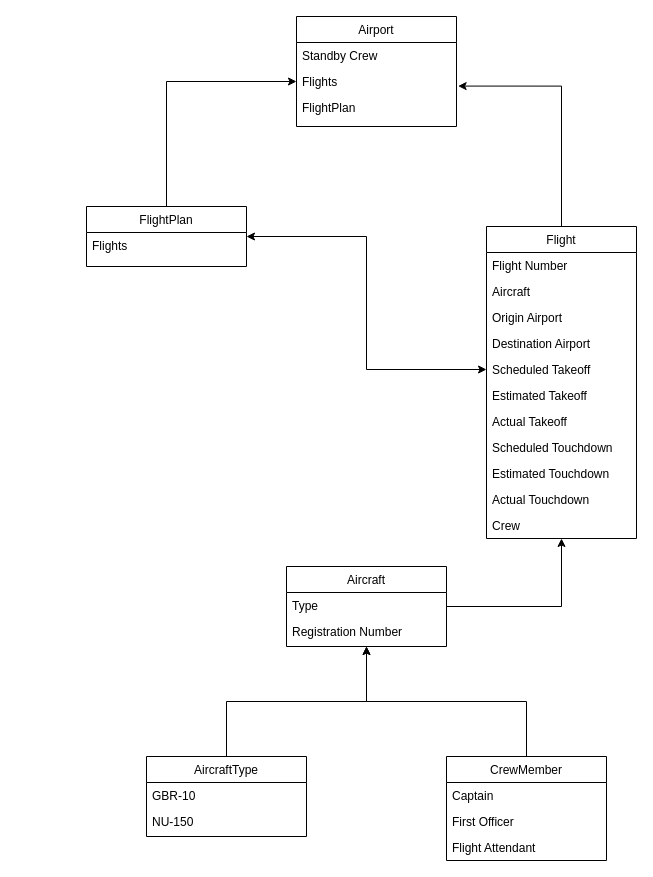
Before: ProjectDocs/UML_DatabaseDesign.drawio in fisherdog1/GbrSchedulero, a draw.io diagram. Source tidied: cells renumbered, new cells numbered last; positions are measured from the earlier drawing's top-left corner, leaving out a move shared by most shapes. Both pictures are drawn from the tidied source at 100%, with x=0, y=0 at pixel (86, 16).
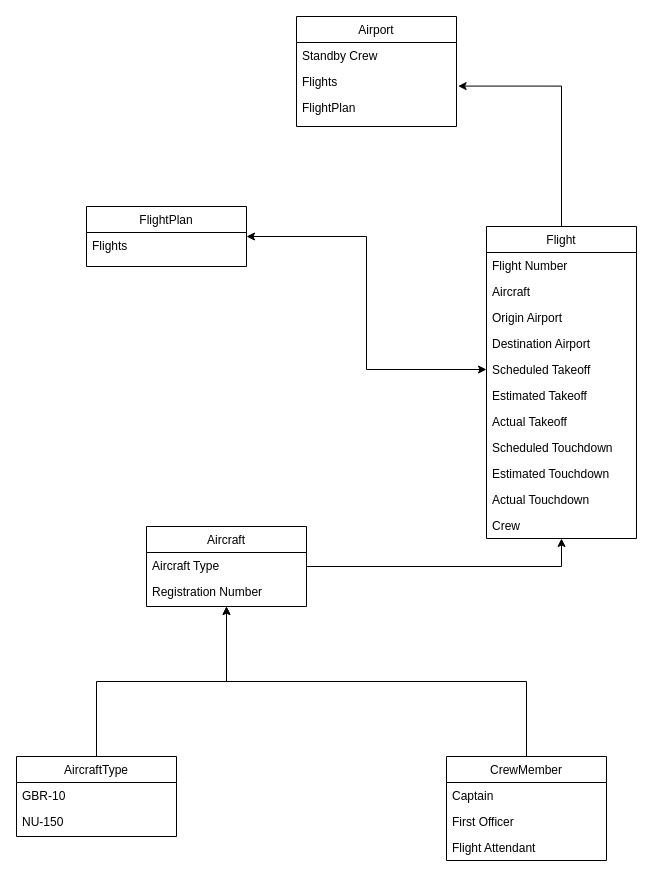
Above is the later version.

Commit message (it also covers changes not shown here):
Notes for meeting on 11/16/2021

Unchanged cells that the change refers to:
```xml
<mxCell id="8" value="Flights" style="text;align=left;verticalAlign=top;spacingLeft=4;spacingRight=4;overflow=hidden;points=[[0,0.5],[1,0.5]];portConstraint=eastwest;" parent="6" vertex="1">
  <mxGeometry y="52" width="160" height="26" as="geometry" />
</mxCell>
<mxCell id="20" value="FlightPlan" style="swimlane;fontStyle=0;align=center;verticalAlign=top;horizontal=1;startSize=26;rounded=0;shadow=0;strokeWidth=1;" parent="1" vertex="1">
  <mxGeometry y="190" width="160" height="60" as="geometry" />
</mxCell>
```

What changed in the source:
```diff
@@
     <mxCell id="3" value="Aircraft" style="swimlane;fontStyle=0;align=center;verticalAlign=top;horizontal=1;startSize=26;rounded=0;shadow=0;strokeWidth=1;" parent="1" vertex="1">
-      <mxGeometry x="200" y="550" width="160" height="80" as="geometry" />
+      <mxGeometry x="60" y="510" width="160" height="80" as="geometry" />
     </mxCell>
-    <mxCell id="4" value="Type" style="text;align=left;verticalAlign=top;spacingLeft=4;spacingRight=4;overflow=hidden;" parent="3" vertex="1">
+    <mxCell id="4" value="Aircraft Type" style="text;align=left;verticalAlign=top;spacingLeft=4;spacingRight=4;overflow=hidden;" parent="3" vertex="1">
       <mxGeometry y="26" width="160" height="26" as="geometry" />
     </mxCell>
@@
     <mxCell id="11" value="AircraftType" style="swimlane;fontStyle=0;align=center;verticalAlign=top;horizontal=1;startSize=26;rounded=0;shadow=0;strokeWidth=1;" parent="1" vertex="1">
-      <mxGeometry x="60" y="740" width="160" height="80" as="geometry" />
+      <mxGeometry x="-70" y="740" width="160" height="80" as="geometry" />
     </mxCell>
@@
-    <mxCell id="19" style="edgeStyle=orthogonalEdgeStyle;rounded=0;jettySize=auto;html=1;entryX=0;entryY=0.5;entryDx=0;entryDy=0;" parent="1" edge="1" source="20" target="8">
-      <mxGeometry relative="1" as="geometry" />
-    </mxCell>
```
